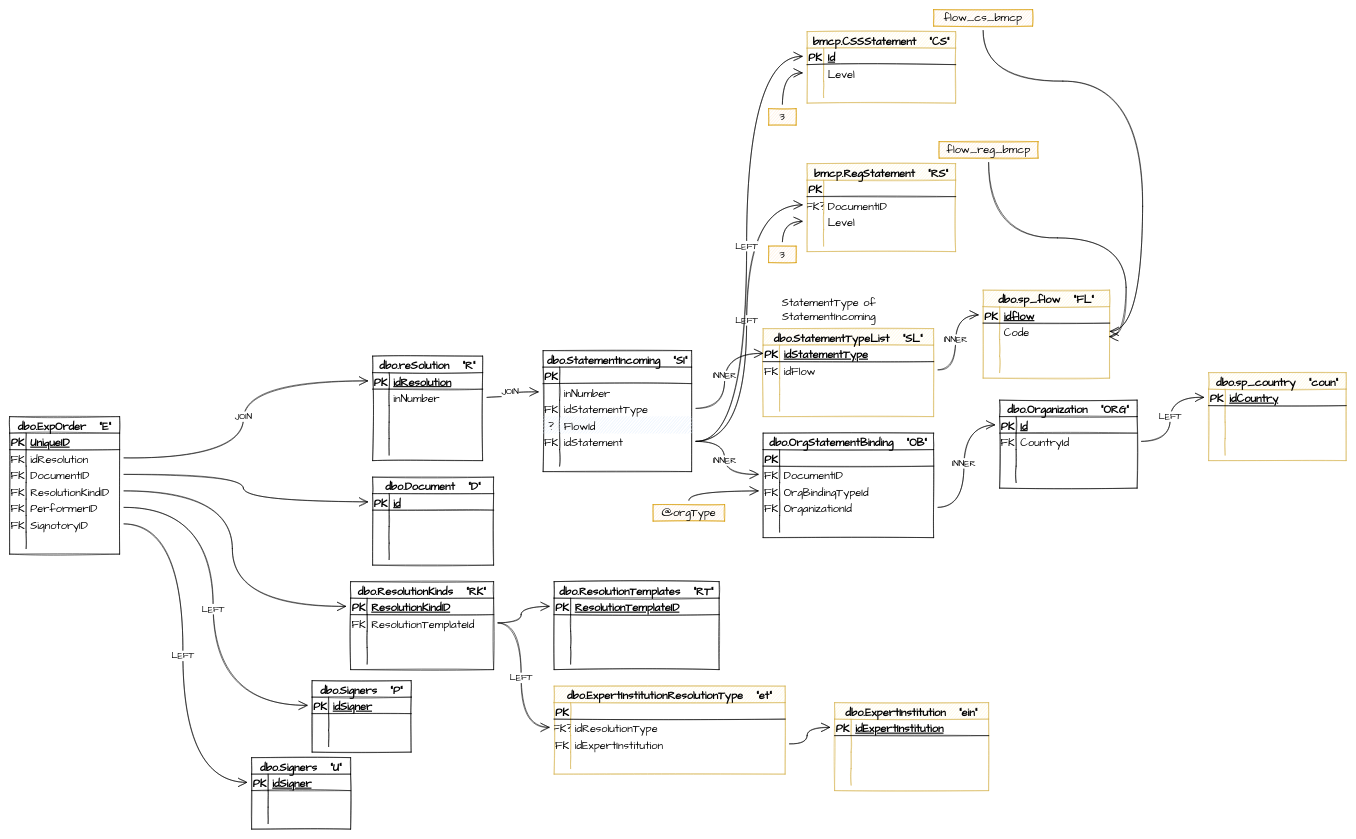
The draw.io diagram SQL/GRLS/dbo/StoredProc/GetRpTaskBMCP.sql/GetRpTaskBMCP.drawio in davyd0ff/so-line-grls, before the edit. Source tidied: cells renumbered, new cells numbered last; positions are measured from the earlier drawing's top-left corner, leaving out a move shared by most shapes. Both pictures are drawn from the tidied source at 55%, with x=0, y=0 at pixel (9, 9).
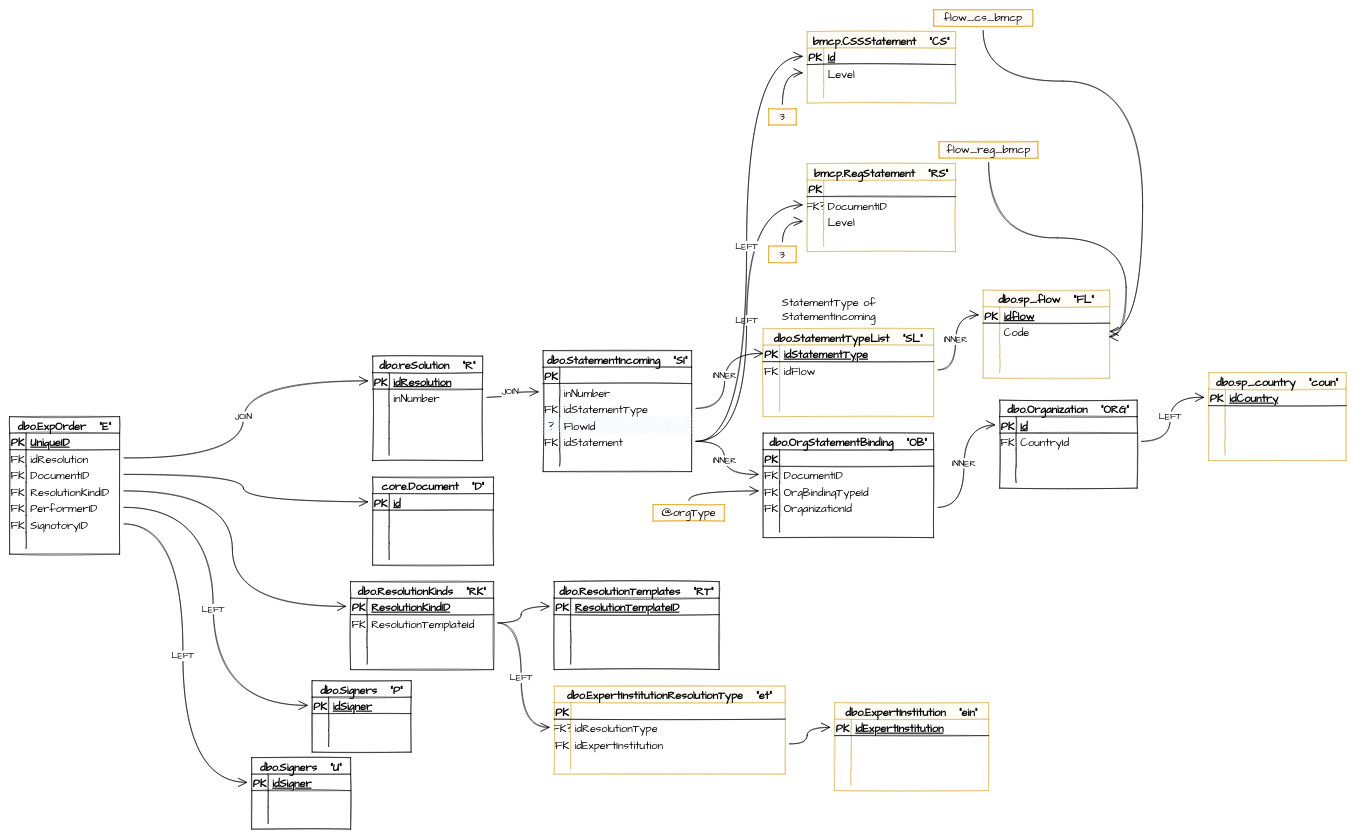
After the change.

The edit, as a diff of the source:
```diff
@@
-    <mxCell id="76" value="dbo.Document   &quot;D&quot;" style="shape=table;startSize=30;childLayout=tableLayout;rowLines=0;fontStyle=1;align=center;sketch=1;hachureGap=4;fontFamily=Architects Daughter;fontSize=20;" parent="1" vertex="1">
+    <mxCell id="76" value="core.Document   &quot;D&quot;" style="shape=table;startSize=30;childLayout=tableLayout;rowLines=0;fontStyle=1;align=center;sketch=1;hachureGap=4;fontFamily=Architects Daughter;fontSize=20;" parent="1" vertex="1">
       <mxGeometry x="660" y="850" width="220" height="160" as="geometry" />
     </mxCell>
```
